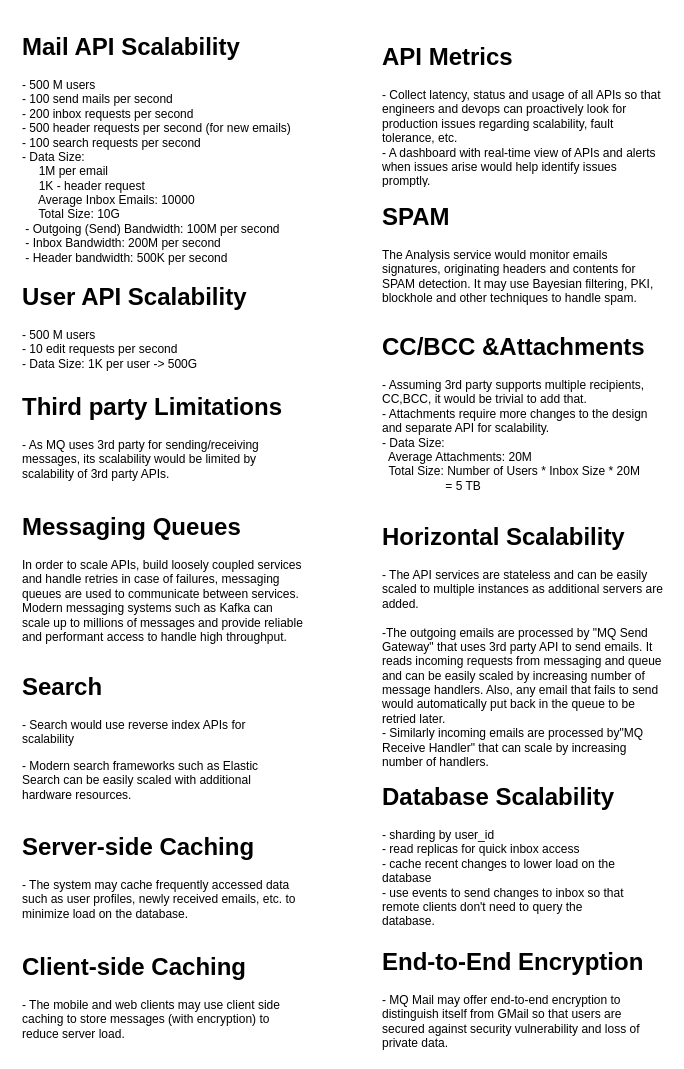
This is page "Scalability" (4 of 4) of MQ Mail.drawio from bhatti/Aeron, a draw.io file, before an edit. Source tidied: cells renumbered, new cells numbered last; positions are measured from the earlier drawing's top-left corner, leaving out a move shared by most shapes. Both pictures are drawn from the tidied source at 100%, with x=0, y=0 at pixel (17, 27).
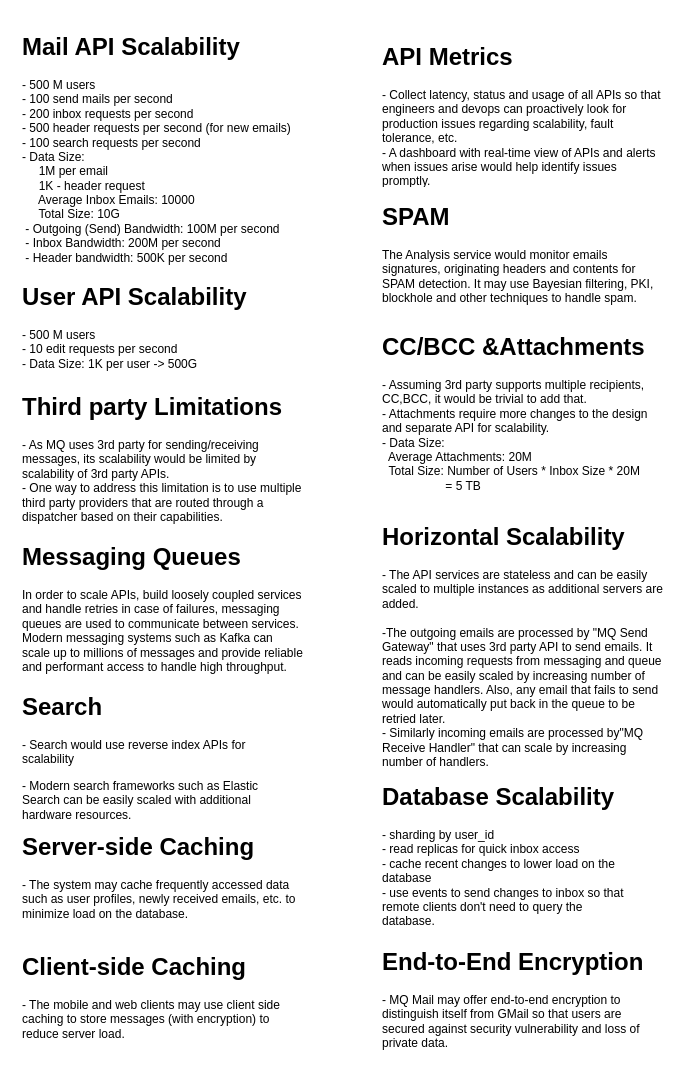
Above is the later version.

The edit, as a diff of the source:
```diff
@@
 <mxGraphModel>
   <root>
     <mxCell id="0" />
     <mxCell id="1" parent="0" />
-    <mxCell id="2" value="&lt;h1&gt;Third party Limitations&lt;br&gt;&lt;/h1&gt;- As MQ uses 3rd party for sending/receiving messages, its scalability would be limited by scalability of 3rd party APIs." style="text;html=1;strokeColor=none;fillColor=none;spacing=5;spacingTop=-20;whiteSpace=wrap;overflow=hidden;rounded=0;" parent="1" vertex="1">
-      <mxGeometry y="360" width="290" height="110" as="geometry" />
+    <mxCell id="2" value="&lt;h1&gt;Third party Limitations&lt;br&gt;&lt;/h1&gt;- As MQ uses 3rd party for sending/receiving messages, its scalability would be limited by scalability of 3rd party APIs.&lt;br&gt;- One way to address this limitation is to use multiple third party providers that are routed through a dispatcher based on their capabilities." style="text;html=1;strokeColor=none;fillColor=none;spacing=5;spacingTop=-20;whiteSpace=wrap;overflow=hidden;rounded=0;" parent="1" vertex="1">
+      <mxGeometry y="360" width="290" height="140" as="geometry" />
     </mxCell>
     <mxCell id="3" value="&lt;h1&gt;Messaging Queues&lt;br&gt;&lt;/h1&gt;In order to scale APIs, build loosely coupled services and handle retries in case of failures, messaging queues are used to communicate between services. Modern messaging systems such as Kafka can scale up to millions of messages and provide reliable and performant access to handle high throughput." style="text;html=1;strokeColor=none;fillColor=none;spacing=5;spacingTop=-20;whiteSpace=wrap;overflow=hidden;rounded=0;" parent="1" vertex="1">
-      <mxGeometry y="480" width="290" height="140" as="geometry" />
+      <mxGeometry y="510" width="290" height="140" as="geometry" />
     </mxCell>
     <mxCell id="4" value="&lt;h1&gt;SPAM&lt;br&gt;&lt;/h1&gt;The Analysis service would monitor emails signatures, originating headers and contents for SPAM detection. It may use Bayesian filtering, PKI, blockhole and other techniques to handle spam." style="text;html=1;strokeColor=none;fillColor=none;spacing=5;spacingTop=-20;whiteSpace=wrap;overflow=hidden;rounded=0;" parent="1" vertex="1">
       <mxGeometry x="360" y="170" width="290" height="120" as="geometry" />
     </mxCell>
     <mxCell id="5" value="&lt;h1&gt;Mail API Scalability&lt;br&gt;&lt;/h1&gt;&lt;div&gt;- 500 M users&lt;/div&gt;&lt;div&gt;- 100 send mails per second&lt;/div&gt;&lt;div&gt;- 200 inbox requests per second&lt;br&gt;&lt;/div&gt;&lt;div&gt;- 500 header requests per second (for new emails)&lt;/div&gt;&lt;div&gt;- 100 search requests per second&lt;/div&gt;&lt;div&gt;- Data Size: &lt;br&gt;&amp;nbsp;&amp;nbsp;&amp;nbsp;&amp;nbsp; 1M per email&lt;br&gt;&amp;nbsp;&amp;nbsp;&amp;nbsp;&amp;nbsp; 1K - header request&lt;br&gt;&amp;nbsp;&amp;nbsp;&amp;nbsp;&amp;nbsp; Average Inbox Emails: 10000&lt;br&gt;&amp;nbsp;&amp;nbsp;&amp;nbsp;&amp;nbsp; Total Size: 10G&lt;br&gt;&amp;nbsp;- Outgoing (Send) Bandwidth: 100M per second&lt;br&gt;&amp;nbsp;- Inbox Bandwidth: 200M per second&lt;br&gt;&amp;nbsp;- Header bandwidth: 500K per second&lt;br&gt;&lt;br&gt;&lt;/div&gt;" style="text;html=1;strokeColor=none;fillColor=none;spacing=5;spacingTop=-20;whiteSpace=wrap;overflow=hidden;rounded=0;" parent="1" vertex="1">
       <mxGeometry width="290" height="260" as="geometry" />
     </mxCell>
     <mxCell id="6" value="&lt;h1&gt;User API Scalability&lt;br&gt;&lt;/h1&gt;&lt;div&gt;- 500 M users&lt;/div&gt;&lt;div&gt;- 10 edit requests per second&lt;/div&gt;&lt;div&gt;- Data Size: 1K per user -&amp;gt; 500G&lt;br&gt;&lt;/div&gt;&amp;nbsp; " style="text;html=1;strokeColor=none;fillColor=none;spacing=5;spacingTop=-20;whiteSpace=wrap;overflow=hidden;rounded=0;" parent="1" vertex="1">
       <mxGeometry y="250" width="290" height="110" as="geometry" />
     </mxCell>
     <mxCell id="7" value="&lt;h1&gt;CC/BCC &amp;amp;Attachments&lt;br&gt;&lt;/h1&gt;- Assuming 3rd party supports multiple recipients, CC,BCC, it would be trivial to add that.&lt;br&gt;- Attachments require more changes to the design and separate API for scalability.&lt;br&gt;- Data Size: &lt;br&gt;&amp;nbsp; Average Attachments: 20M&lt;br&gt;&amp;nbsp; Total Size: Number of Users * Inbox Size * 20M&lt;br&gt;&amp;nbsp;&amp;nbsp;&amp;nbsp;&amp;nbsp;&amp;nbsp;&amp;nbsp;&amp;nbsp;&amp;nbsp;&amp;nbsp;&amp;nbsp;&amp;nbsp;&amp;nbsp;&amp;nbsp;&amp;nbsp;&amp;nbsp;&amp;nbsp;&amp;nbsp;&amp;nbsp; = 5 TB" style="text;html=1;strokeColor=none;fillColor=none;spacing=5;spacingTop=-20;whiteSpace=wrap;overflow=hidden;rounded=0;" parent="1" vertex="1">
       <mxGeometry x="360" y="300" width="290" height="180" as="geometry" />
     </mxCell>
     <mxCell id="8" value="&lt;h1&gt;API Metrics&lt;br&gt;&lt;/h1&gt;&lt;div&gt;- Collect latency, status and usage of all APIs so that engineers and devops can proactively look for production issues regarding scalability, fault tolerance, etc.&lt;/div&gt;&lt;div&gt;- A dashboard with real-time view of APIs and alerts when issues arise would help identify issues promptly.&lt;br&gt;&lt;/div&gt;" style="text;html=1;strokeColor=none;fillColor=none;spacing=5;spacingTop=-20;whiteSpace=wrap;overflow=hidden;rounded=0;" parent="1" vertex="1">
       <mxGeometry x="360" y="10" width="290" height="150" as="geometry" />
     </mxCell>
     <mxCell id="9" value="&lt;h1&gt;Horizontal Scalability&lt;br&gt;&lt;/h1&gt;&lt;div&gt;- The API services are stateless and can be easily scaled to multiple instances as additional servers are added.&lt;/div&gt;&lt;div&gt;&lt;br&gt;&lt;/div&gt;-The outgoing emails are processed by &quot;MQ Send Gateway&quot; that uses 3rd party API to send emails. It reads incoming requests from messaging and queue and can be easily scaled by increasing number of message handlers. Also, any email that fails to send would automatically put back in the queue to be retried later.&lt;br&gt;- Similarly incoming emails are processed by&quot;MQ Receive Handler&quot; that can scale by increasing number of handlers." style="text;html=1;strokeColor=none;fillColor=none;spacing=5;spacingTop=-20;whiteSpace=wrap;overflow=hidden;rounded=0;" parent="1" vertex="1">
       <mxGeometry x="360" y="490" width="290" height="260" as="geometry" />
     </mxCell>
     <mxCell id="10" value="&lt;h1&gt;Server-side Caching&lt;br&gt;&lt;/h1&gt;- The system may cache frequently accessed data such as user profiles, newly received emails, etc. to minimize load on the database." style="text;html=1;strokeColor=none;fillColor=none;spacing=5;spacingTop=-20;whiteSpace=wrap;overflow=hidden;rounded=0;" parent="1" vertex="1">
       <mxGeometry y="800" width="290" height="110" as="geometry" />
     </mxCell>
     <mxCell id="11" value="&lt;h1&gt;End-to-End Encryption&lt;br&gt;&lt;/h1&gt;- MQ Mail may offer end-to-end encryption to distinguish itself from GMail so that users are secured against security vulnerability and loss of private data." style="text;html=1;strokeColor=none;fillColor=none;spacing=5;spacingTop=-20;whiteSpace=wrap;overflow=hidden;rounded=0;" parent="1" vertex="1">
       <mxGeometry x="360" y="915" width="290" height="110" as="geometry" />
     </mxCell>
     <mxCell id="12" value="&lt;h1&gt;Database Scalability&lt;br&gt;&lt;/h1&gt;&lt;p&gt;- sharding by user_id&lt;br&gt;- read replicas for quick inbox access&lt;br&gt;- cache recent changes to lower load on the database&lt;br&gt;- use events to send changes to inbox so that remote clients don't need to query the database.&lt;br&gt;&lt;/p&gt;" style="text;html=1;strokeColor=none;fillColor=none;spacing=5;spacingTop=-20;whiteSpace=wrap;overflow=hidden;rounded=0;" parent="1" vertex="1">
       <mxGeometry x="360" y="750" width="260" height="160" as="geometry" />
     </mxCell>
     <mxCell id="13" value="&lt;h1&gt;Search&lt;br&gt;&lt;/h1&gt;&lt;p&gt;- Search would use reverse index APIs for scalability&lt;/p&gt;&lt;p&gt;- Modern search frameworks such as Elastic Search can be easily scaled with additional hardware resources.&lt;br&gt;&lt;/p&gt;" style="text;html=1;strokeColor=none;fillColor=none;spacing=5;spacingTop=-20;whiteSpace=wrap;overflow=hidden;rounded=0;" parent="1" vertex="1">
-      <mxGeometry y="640" width="260" height="150" as="geometry" />
+      <mxGeometry y="660" width="260" height="140" as="geometry" />
     </mxCell>
     <mxCell id="14" value="&lt;h1&gt;Client-side Caching&lt;br&gt;&lt;/h1&gt;- The mobile and web clients may use client side caching to store messages (with encryption) to reduce server load." style="text;html=1;strokeColor=none;fillColor=none;spacing=5;spacingTop=-20;whiteSpace=wrap;overflow=hidden;rounded=0;" parent="1" vertex="1">
       <mxGeometry y="920" width="290" height="100" as="geometry" />
     </mxCell>
   </root>
 </mxGraphModel>
```
